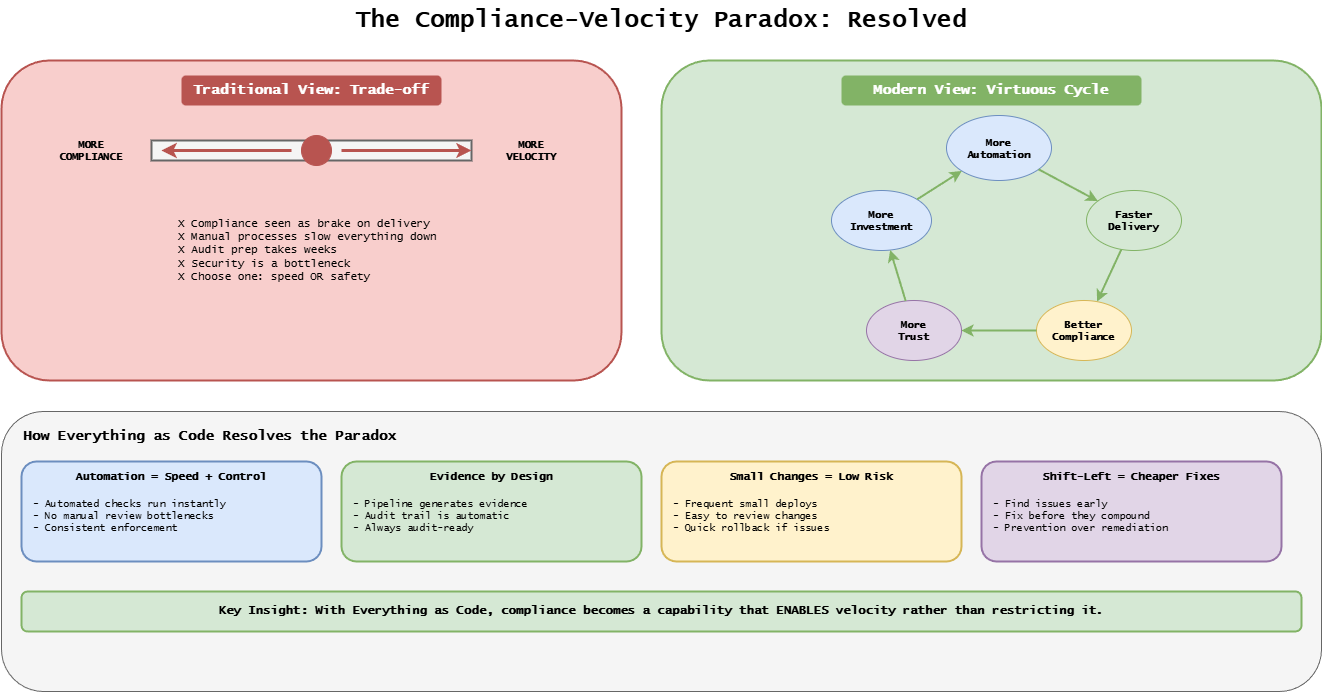
Above: docs/assets/assisted/17-compliance-velocity-paradox.drawio.png in ready-to-release/eac (draw.io), before the change. Source tidied: cells renumbered, new cells last; positions are measured from the earlier drawing's top-left corner, leaving out a move shared by most shapes.
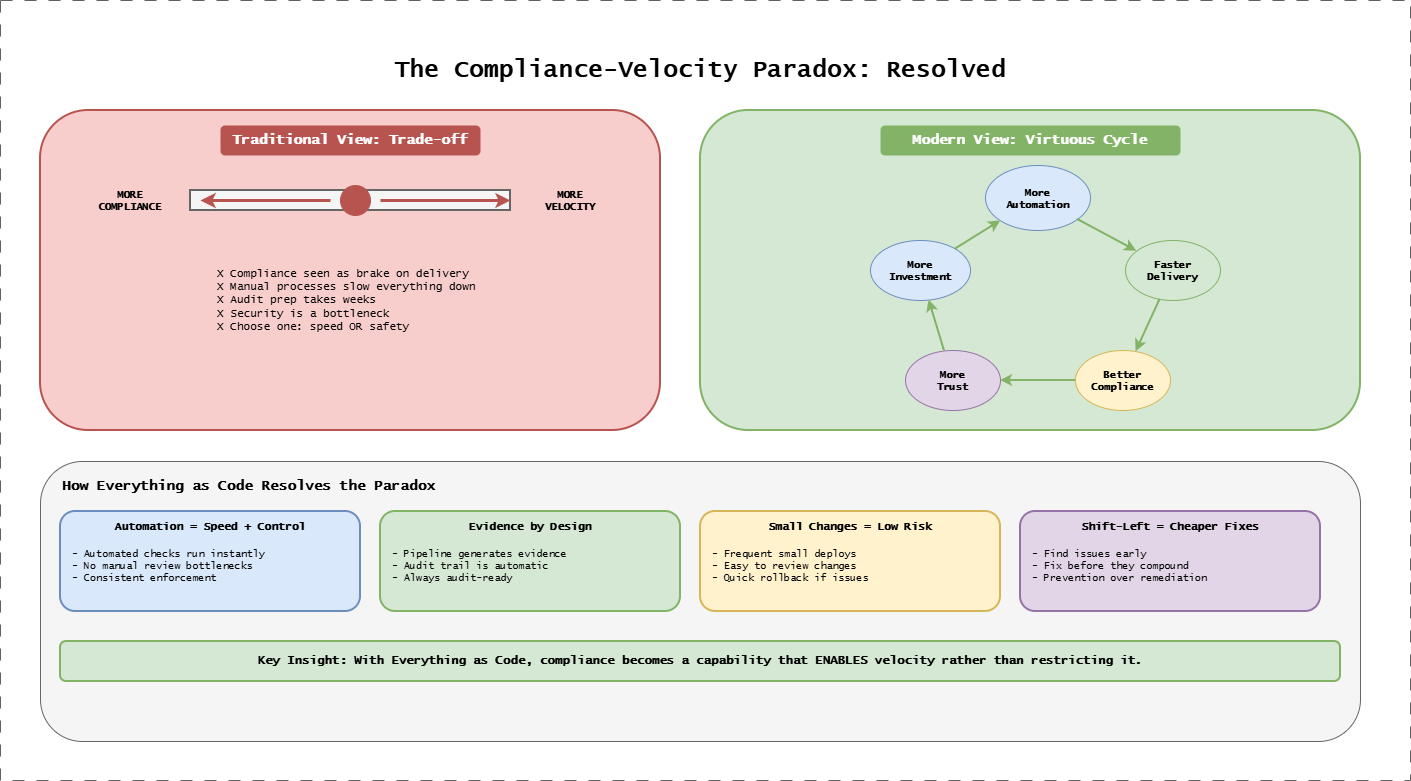
Above is the later version.

Change to the diagram source:
```diff
@@ -119,5 +119,8 @@
     <mxCell id="38" value="Key Insight: With Everything as Code, compliance becomes a capability that ENABLES velocity rather than restricting it." style="text;html=1;strokeColor=none;fillColor=#d5e8d4;align=center;verticalAlign=middle;whiteSpace=wrap;rounded=1;fontFamily=Lucida Console;fontSize=12;fontStyle=1;strokeColor=#82b366;strokeWidth=2;" parent="1" vertex="1">
       <mxGeometry x="20" y="591" width="1280" height="40" as="geometry" />
     </mxCell>
+    <mxCell id="39" style="group;strokeColor=#616161;dashed=1;dashPattern=12 12;fontFamily=Lucida Console;fontSize=19;fontStyle=1;" parent="1" vertex="1">
+      <mxGeometry x="-40" y="-50" width="1410" height="780" as="geometry" />
+    </mxCell>
   </root>
 </mxGraphModel>
```
